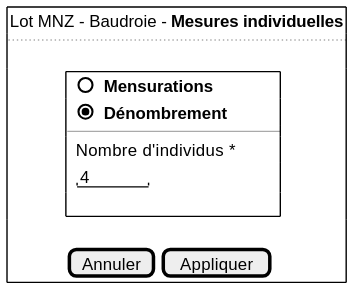
Above: projects/common/spe/images/enumerations.svg in sumaris-net/sumaris-doc (PlantUML), before the change. Its diagram source:
```plantuml
@startsalt
 {+
  { Lot MNZ - Baudroie - <b>Mesures individuelles }
  ..
  .
  {
     . | . | . | . | . | . | . |  . | {+
        { | . | ()  <b>Mensurations | . | . | . | . | . | . }
        { | . | (X)  <b>Dénombrement |  . | . | . | . | . | . }

        --
        { | . | Nombre d'individus *  | . | . | . | . | . | . }
        { | . | "   4  "  }
        .
        }
    }
    .
    {| . | . | . | . | . | . | . | . | [Annuler] | [Appliquer]}
  }
@endsalt
```
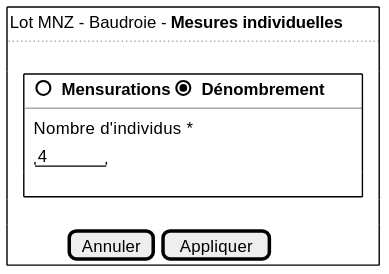
Later version of the same file.

Change to the diagram source:
```diff
@@ -4,15 +4,13 @@
   ..
   .
   {
-     . | . | . | . | . | . | . |  . | {+
-        { | . | ()  <b>Mensurations | . | . | . | . | . | . }
-        { | . | (X)  <b>Dénombrement |  . | . | . | . | . | . }
-
+     . | . |   {+
+        { | . | ()  <b>Mensurations | (X)  <b>Dénombrement | . | . | . | . | . }
         --
         { | . | Nombre d'individus *  | . | . | . | . | . | . }
         { | . | "   4  "  }
         .
-        }
+        } . | . |
     }
     .
     {| . | . | . | . | . | . | . | . | [Annuler] | [Appliquer]}
```
